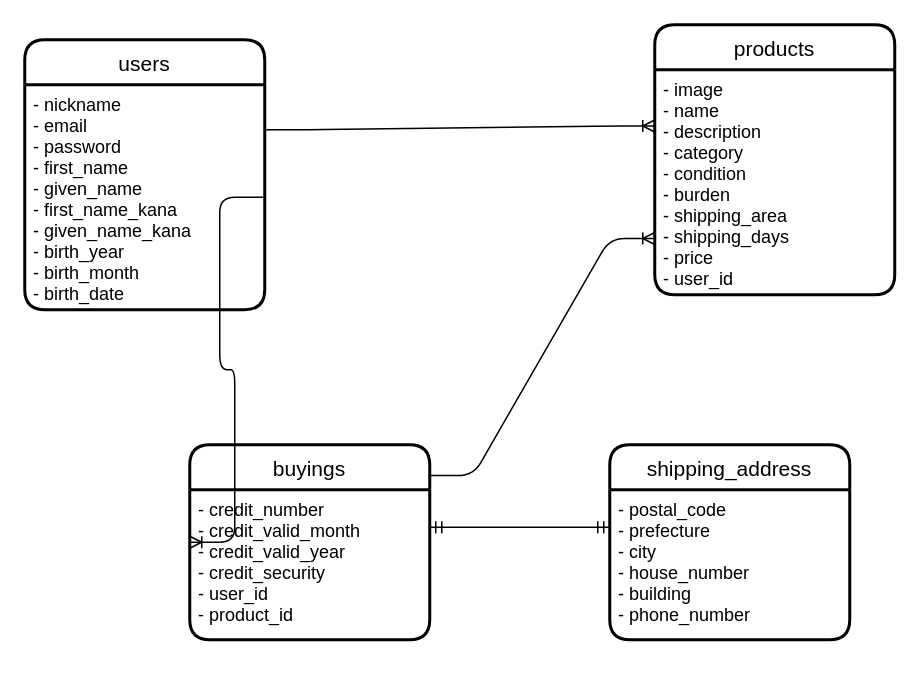
Earlier version of the draw.io diagram furima.dio (DICE-K22/furima-31648). Source tidied: cells renumbered, new cells numbered last; positions are measured from the earlier drawing's top-left corner, leaving out a move shared by most shapes. Both pictures are drawn from the tidied source at 150%, with x=0, y=0 at pixel (24, 24).
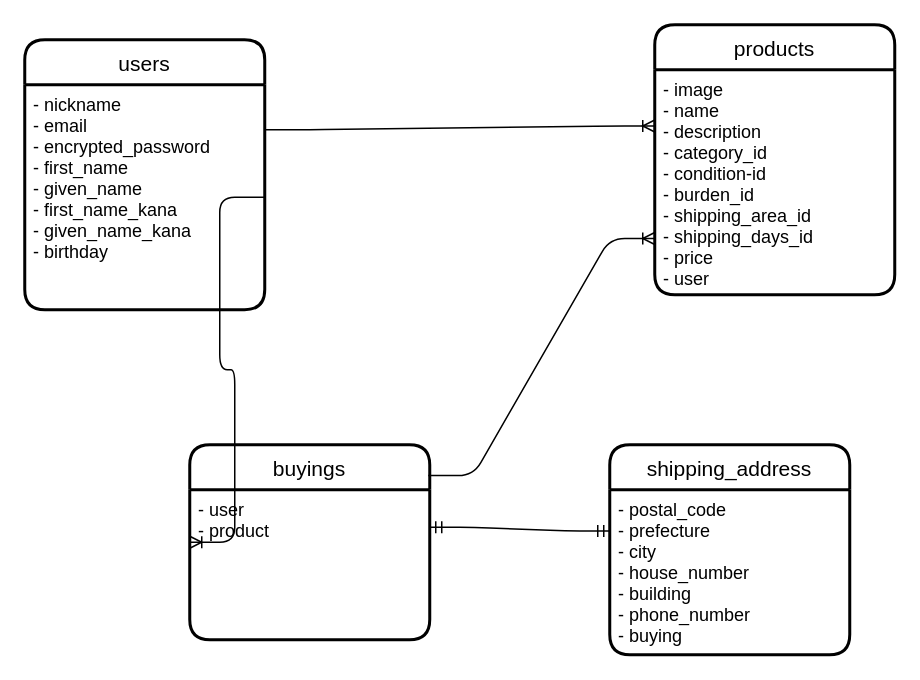
Above is the later version.

Commit message (it also covers changes not shown here):
データベース設計修正3

Change to the diagram source:
```diff
@@
 <mxGraphModel>
   <root>
     <mxCell id="0" />
     <mxCell id="1" parent="0" />
     <mxCell id="2" value="users" style="swimlane;horizontal=1;startSize=30;rounded=1;fontSize=14;fontStyle=0;strokeWidth=2;shadow=0;dashed=0;align=center;" parent="1" vertex="1">
       <mxGeometry y="10" width="160" height="180" as="geometry" />
     </mxCell>
-    <mxCell id="3" value="- nickname&#10;- email&#10;- password&#10;- first_name&#10;- given_name&#10;- first_name_kana&#10;- given_name_kana&#10;- birth_year&#10;- birth_month&#10;- birth_date" style="align=left;strokeColor=none;fillColor=none;spacingLeft=4;fontSize=12;verticalAlign=top;" parent="2" vertex="1">
+    <mxCell id="3" value="- nickname&#10;- email&#10;- encrypted_password&#10;- first_name&#10;- given_name&#10;- first_name_kana&#10;- given_name_kana&#10;- birthday" style="align=left;strokeColor=none;fillColor=none;spacingLeft=4;fontSize=12;verticalAlign=top;" parent="2" vertex="1">
       <mxGeometry y="30" width="160" height="150" as="geometry" />
     </mxCell>
     <mxCell id="4" value="products" style="swimlane;horizontal=1;startSize=30;rounded=1;fontSize=14;fontStyle=0;strokeWidth=2;shadow=0;dashed=0;align=center;" parent="1" vertex="1">
       <mxGeometry x="420" width="160" height="180" as="geometry" />
     </mxCell>
-    <mxCell id="5" value="- image&#10;- name&#10;- description&#10;- category&#10;- condition&#10;- burden&#10;- shipping_area&#10;- shipping_days&#10;- price&#10;- user_id" style="align=left;strokeColor=none;fillColor=none;spacingLeft=4;fontSize=12;verticalAlign=top;" parent="4" vertex="1">
+    <mxCell id="5" value="- image&#10;- name&#10;- description&#10;- category_id&#10;- condition-id&#10;- burden_id&#10;- shipping_area_id&#10;- shipping_days_id&#10;- price&#10;- user" style="align=left;strokeColor=none;fillColor=none;spacingLeft=4;fontSize=12;verticalAlign=top;" parent="4" vertex="1">
       <mxGeometry y="30" width="160" height="150" as="geometry" />
     </mxCell>
     <mxCell id="6" value="buyings" style="swimlane;horizontal=1;startSize=30;rounded=1;fontSize=14;fontStyle=0;strokeWidth=2;shadow=0;dashed=0;align=center;" parent="1" vertex="1">
       <mxGeometry x="110" y="280" width="160" height="130" as="geometry" />
     </mxCell>
-    <mxCell id="7" value="- credit_number&#10;- credit_valid_month&#10;- credit_valid_year&#10;- credit_security&#10;- user_id&#10;- product_id" style="align=left;strokeColor=none;fillColor=none;spacingLeft=4;fontSize=12;verticalAlign=top;" parent="6" vertex="1">
+    <mxCell id="7" value="- user&#10;- product" style="align=left;strokeColor=none;fillColor=none;spacingLeft=4;fontSize=12;verticalAlign=top;" parent="6" vertex="1">
       <mxGeometry y="30" width="160" height="100" as="geometry" />
     </mxCell>
     <mxCell id="8" value="shipping_address" style="swimlane;horizontal=1;startSize=30;rounded=1;fontSize=14;fontStyle=0;strokeWidth=2;shadow=0;dashed=0;align=center;" parent="1" vertex="1">
-      <mxGeometry x="390" y="280" width="160" height="130" as="geometry" />
+      <mxGeometry x="390" y="280" width="160" height="140" as="geometry" />
     </mxCell>
-    <mxCell id="9" value="- postal_code&#10;- prefecture&#10;- city&#10;- house_number&#10;- building&#10;- phone_number" style="align=left;strokeColor=none;fillColor=none;spacingLeft=4;fontSize=12;verticalAlign=top;" parent="8" vertex="1">
-      <mxGeometry y="30" width="160" height="100" as="geometry" />
+    <mxCell id="9" value="- postal_code&#10;- prefecture&#10;- city&#10;- house_number&#10;- building&#10;- phone_number&#10;- buying" style="align=left;strokeColor=none;fillColor=none;spacingLeft=4;fontSize=12;verticalAlign=top;" parent="8" vertex="1">
+      <mxGeometry y="30" width="160" height="110" as="geometry" />
     </mxCell>
     <mxCell id="10" style="edgeStyle=entityRelationEdgeStyle;fontSize=12;html=1;endArrow=ERoneToMany;entryX=0;entryY=0.25;entryDx=0;entryDy=0;" parent="1" edge="1" target="5">
       <mxGeometry relative="1" as="geometry">
         <mxPoint x="160" y="70" as="sourcePoint" />
       </mxGeometry>
     </mxCell>
     <mxCell id="11" style="edgeStyle=entityRelationEdgeStyle;fontSize=12;html=1;endArrow=ERmandOne;startArrow=ERmandOne;exitX=1;exitY=0.25;exitDx=0;exitDy=0;entryX=0;entryY=0.25;entryDx=0;entryDy=0;" parent="1" edge="1" source="7" target="9">
       <mxGeometry relative="1" as="geometry" />
     </mxCell>
     <mxCell id="12" style="edgeStyle=entityRelationEdgeStyle;fontSize=12;html=1;endArrow=ERoneToMany;exitX=0.994;exitY=0.158;exitDx=0;exitDy=0;exitPerimeter=0;entryX=0;entryY=0.75;entryDx=0;entryDy=0;" parent="1" edge="1" source="6" target="5">
       <mxGeometry relative="1" as="geometry" />
     </mxCell>
     <mxCell id="13" style="edgeStyle=entityRelationEdgeStyle;fontSize=12;html=1;endArrow=ERoneToMany;exitX=1;exitY=0.5;exitDx=0;exitDy=0;entryX=0;entryY=0.5;entryDx=0;entryDy=0;" parent="1" edge="1" source="3" target="6">
       <mxGeometry relative="1" as="geometry" />
     </mxCell>
   </root>
 </mxGraphModel>
```
